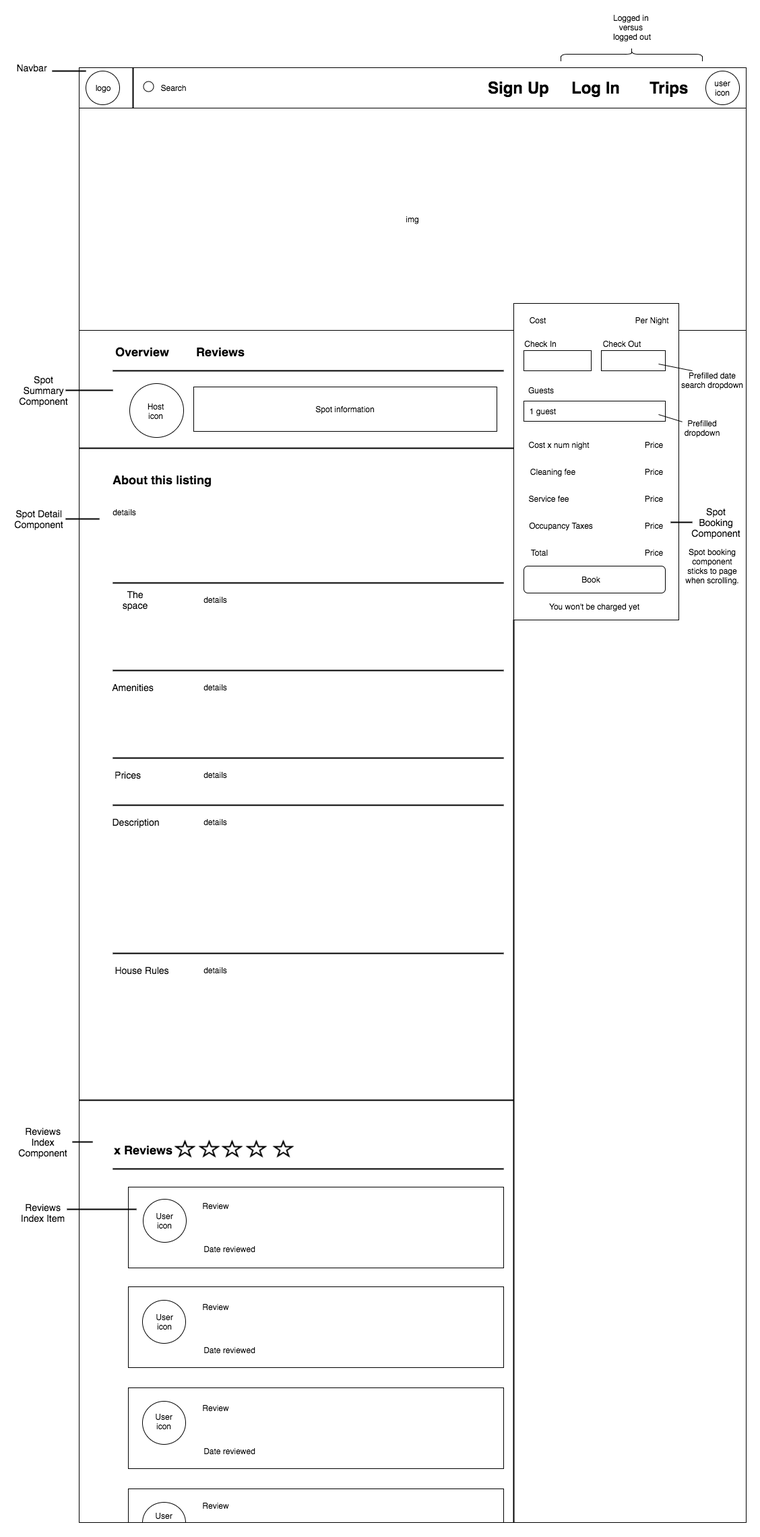
This is docs/wireframes/spots-show.png from aliciasavelly/Sharebnb, a draw.io export, as it was before one commit. Source tidied: cells renumbered, new cells last; positions are measured from the earlier drawing's top-left corner, leaving out a move shared by most shapes.
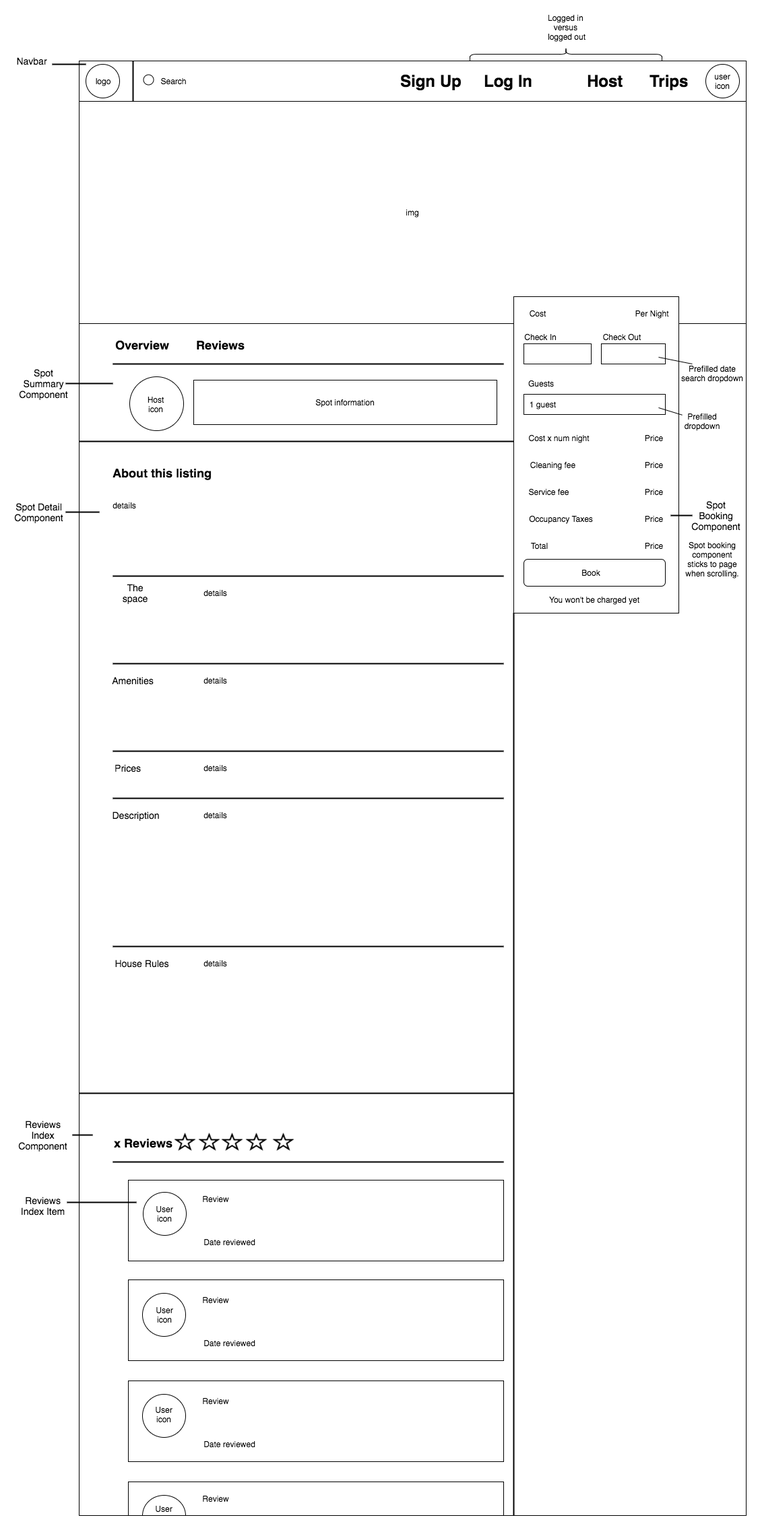
After the commit.

Diff of the diagram source:
```diff
@@ -39,13 +39,13 @@
       <mxGeometry x="217" y="100" width="40" height="20" as="geometry" />
     </mxCell>
     <mxCell id="14" value="Sign Up &amp;nbsp; &amp;nbsp; Log In" style="text;html=1;fontSize=24;fontStyle=1;verticalAlign=middle;align=center;" parent="1" vertex="1">
-      <mxGeometry x="702" y="90" width="200" height="40" as="geometry" />
+      <mxGeometry x="572" y="90" width="200" height="40" as="geometry" />
     </mxCell>
     <mxCell id="15" value="Logged in&amp;nbsp;&lt;div&gt;versus&amp;nbsp;&lt;/div&gt;&lt;div&gt;logged out&lt;/div&gt;" style="text;html=1;strokeColor=none;fillColor=none;align=center;verticalAlign=middle;whiteSpace=wrap;" parent="1" vertex="1">
-      <mxGeometry x="887" width="60" height="40" as="geometry" />
+      <mxGeometry x="790" y="10" width="60" height="40" as="geometry" />
     </mxCell>
     <mxCell id="16" style="shape=curlyBracket;whiteSpace=wrap;html=1;rounded=1;direction=south;" parent="1" vertex="1">
-      <mxGeometry x="812" y="50" width="210" height="20" as="geometry" />
+      <mxGeometry x="677" y="60" width="285" height="20" as="geometry" />
     </mxCell>
     <mxCell id="17" style="whiteSpace=wrap;html=1;" parent="1" vertex="1">
       <mxGeometry x="97" y="140" width="990" height="330" as="geometry" />
@@ -334,5 +334,8 @@
     <mxCell id="110" value="&lt;span&gt;Spot booking component sticks to page when scrolling.&lt;/span&gt;" style="text;html=1;strokeColor=none;fillColor=none;align=center;verticalAlign=middle;whiteSpace=wrap;" parent="1" vertex="1">
       <mxGeometry x="991" y="785" width="92" height="70" as="geometry" />
     </mxCell>
+    <mxCell id="111" value="Host" style="text;html=1;fontSize=24;fontStyle=1;verticalAlign=middle;align=center;strokeWidth=1;" parent="1" vertex="1">
+      <mxGeometry x="827" y="90" width="100" height="40" as="geometry" />
+    </mxCell>
   </root>
 </mxGraphModel>
```
